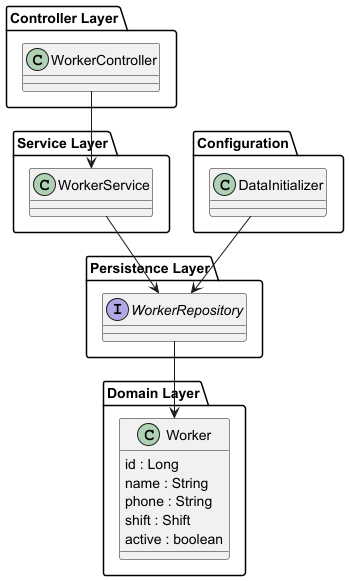
Above: docs/images/architecture-v3.png in dinhoimbr2-alt/workorder-management (PlantUML), before the change.
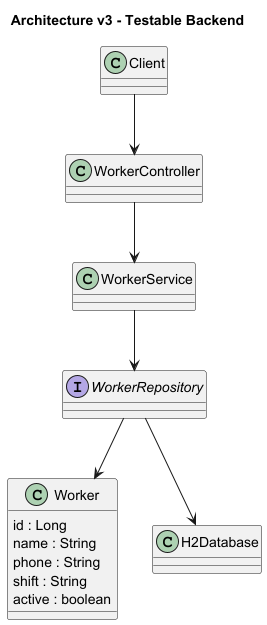
After the change.

Diff of the diagram source:
```diff
@@ -1,37 +1,25 @@
 @startuml
+title Architecture v3 - Testable Backend
 
-package "Controller Layer" {
- class WorkerController
-}
+class Client
+class WorkerController
+class WorkerService
+interface WorkerRepository
 
-package "Service Layer" {
- class WorkerService
-}
-
-package "Persistence Layer" {
- interface WorkerRepository
-}
-
-package "Configuration" {
- class DataInitializer
-}
-
-package "Domain Layer" {
-
- class Worker {
+class Worker {
   id : Long
   name : String
   phone : String
-  shift : Shift
+  shift : String
   active : boolean
- }
-
 }
 
+class H2Database
+
+Client --> WorkerController
 WorkerController --> WorkerService
 WorkerService --> WorkerRepository
+WorkerRepository --> H2Database
 WorkerRepository --> Worker
 
-DataInitializer --> WorkerRepository
-
 @enduml
```
